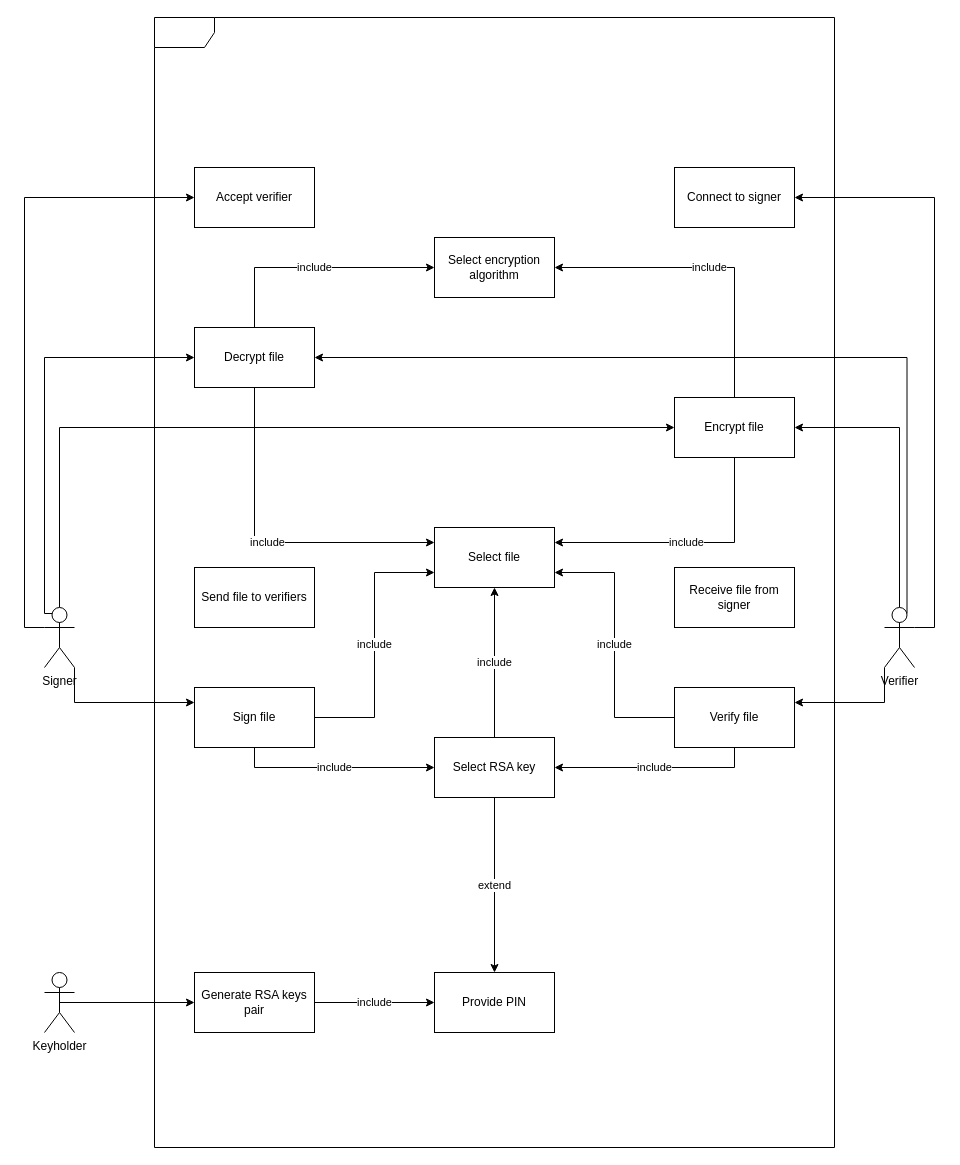
This is Diagrams/Use case diagram.drawio from Sladamos/QualifiedElectronicSignature, a draw.io file, before an edit. Source tidied: cells renumbered, new cells numbered last; positions are measured from the earlier drawing's top-left corner, leaving out a move shared by most shapes. Both pictures are drawn from the tidied source at 100%, with x=0, y=0 at pixel (44, 17).
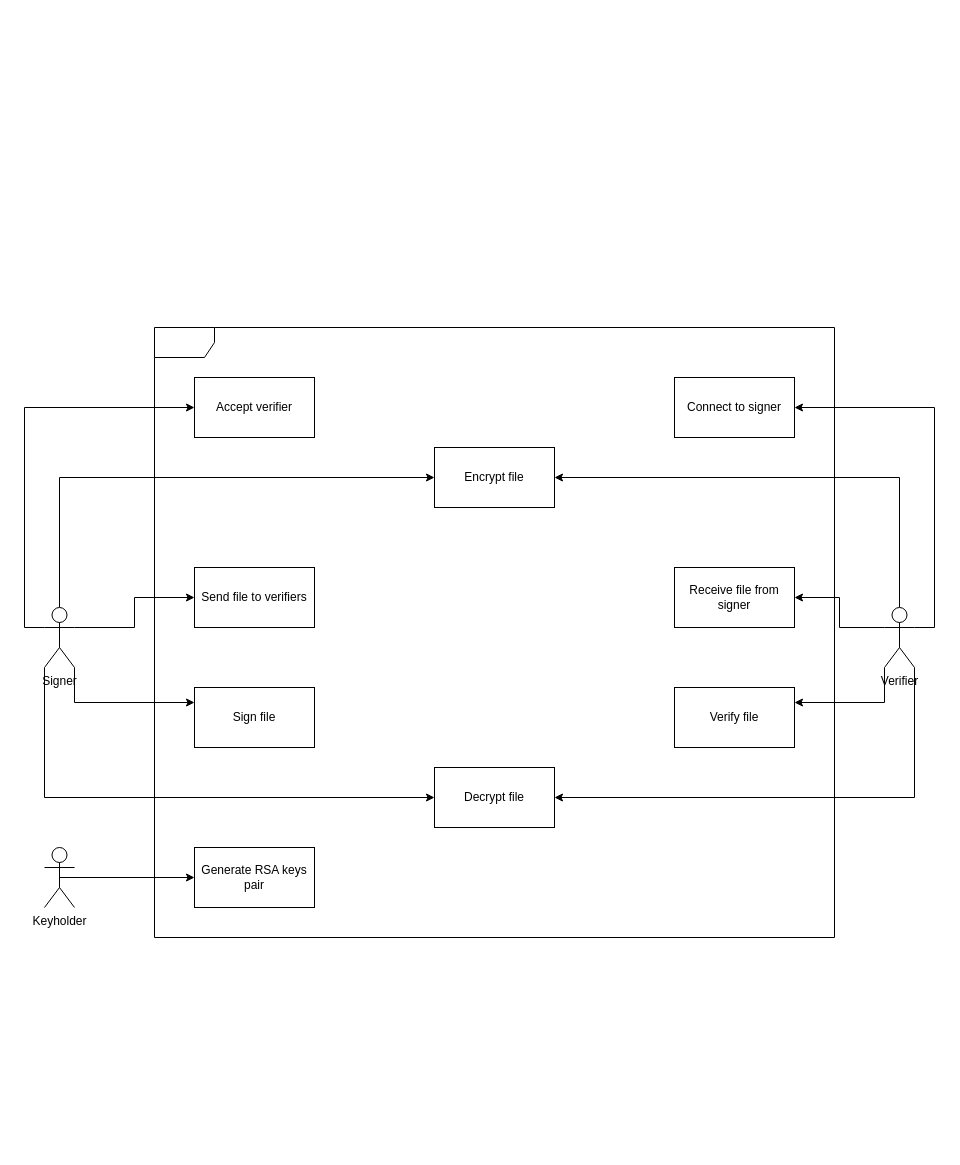
Above is the later version.

Commit message:
Probably final version of use case diagram

Unchanged cells that the change refers to:
```xml
<mxCell id="6" value="Signer" style="shape=umlActor;verticalLabelPosition=bottom;verticalAlign=top;html=1;" parent="1" vertex="1">
  <mxGeometry y="590" width="30" height="60" as="geometry" />
</mxCell>
<mxCell id="14" value="Verifier" style="shape=umlActor;verticalLabelPosition=bottom;verticalAlign=top;html=1;" parent="1" vertex="1">
  <mxGeometry x="840" y="590" width="30" height="60" as="geometry" />
</mxCell>
<mxCell id="19" value="Verify file" style="rounded=0;whiteSpace=wrap;html=1;" parent="1" vertex="1">
  <mxGeometry x="630" y="670" width="120" height="60" as="geometry" />
</mxCell>
<mxCell id="22" value="Sign file" style="rounded=0;whiteSpace=wrap;html=1;" parent="1" vertex="1">
  <mxGeometry x="150" y="670" width="120" height="60" as="geometry" />
</mxCell>
<mxCell id="23" value="Send file to verifiers" style="rounded=0;whiteSpace=wrap;html=1;" parent="1" vertex="1">
  <mxGeometry x="150" y="550" width="120" height="60" as="geometry" />
</mxCell>
<mxCell id="30" value="Receive file from signer" style="rounded=0;whiteSpace=wrap;html=1;" parent="1" vertex="1">
  <mxGeometry x="630" y="550" width="120" height="60" as="geometry" />
</mxCell>
```

Change to the diagram source:
```diff
@@
-    <mxCell id="3" style="edgeStyle=orthogonalEdgeStyle;rounded=0;jettySize=auto;html=1;exitX=0.25;exitY=0.1;exitDx=0;exitDy=0;exitPerimeter=0;entryX=0;entryY=0.5;entryDx=0;entryDy=0;" parent="1" edge="1" source="6" target="29">
+    <mxCell id="3" style="edgeStyle=orthogonalEdgeStyle;rounded=0;jettySize=auto;html=1;exitX=0;exitY=1;exitDx=0;exitDy=0;exitPerimeter=0;entryX=0;entryY=0.5;entryDx=0;entryDy=0;" parent="1" edge="1" source="6" target="29">
       <mxGeometry relative="1" as="geometry">
         <Array as="points">
-          <mxPoint y="596" />
-          <mxPoint y="340" />
+          <mxPoint y="780" />
         </Array>
       </mxGeometry>
     </mxCell>
@@
+    <mxCell id="39" style="edgeStyle=orthogonalEdgeStyle;rounded=0;jettySize=auto;html=1;exitX=1;exitY=0.3333333333333333;exitDx=0;exitDy=0;exitPerimeter=0;entryX=0;entryY=0.5;entryDx=0;entryDy=0;" parent="1" edge="1" source="6" target="23">
+      <mxGeometry relative="1" as="geometry" />
+    </mxCell>
@@
     <mxCell id="7" style="shape=umlFrame;whiteSpace=wrap;html=1;" parent="1" vertex="1">
-      <mxGeometry x="110" width="680" height="1130" as="geometry" />
+      <mxGeometry x="110" y="310" width="680" height="610" as="geometry" />
     </mxCell>
@@
     <mxCell id="9" value="Keyholder" style="shape=umlActor;verticalLabelPosition=bottom;verticalAlign=top;html=1;" parent="1" vertex="1">
-      <mxGeometry y="955" width="30" height="60" as="geometry" />
+      <mxGeometry y="830" width="30" height="60" as="geometry" />
     </mxCell>
@@
-    <mxCell id="11" style="edgeStyle=orthogonalEdgeStyle;rounded=0;jettySize=auto;html=1;exitX=0.75;exitY=0.1;exitDx=0;exitDy=0;exitPerimeter=0;entryX=1;entryY=0.5;entryDx=0;entryDy=0;" parent="1" edge="1" source="14" target="29">
+    <mxCell id="11" style="edgeStyle=orthogonalEdgeStyle;rounded=0;jettySize=auto;html=1;exitX=1;exitY=1;exitDx=0;exitDy=0;exitPerimeter=0;entryX=1;entryY=0.5;entryDx=0;entryDy=0;" parent="1" edge="1" source="14" target="29">
       <mxGeometry relative="1" as="geometry">
         <Array as="points">
-          <mxPoint x="863" y="340" />
+          <mxPoint x="870" y="780" />
         </Array>
       </mxGeometry>
     </mxCell>
@@
+    <mxCell id="40" style="edgeStyle=orthogonalEdgeStyle;rounded=0;jettySize=auto;html=1;exitX=0;exitY=0.3333333333333333;exitDx=0;exitDy=0;exitPerimeter=0;entryX=1;entryY=0.5;entryDx=0;entryDy=0;" parent="1" edge="1" source="14" target="30">
+      <mxGeometry relative="1" as="geometry" />
+    </mxCell>
@@
-    <mxCell id="15" value="include" style="edgeStyle=orthogonalEdgeStyle;rounded=0;jettySize=auto;html=1;exitX=1;exitY=0.5;exitDx=0;exitDy=0;entryX=0;entryY=0.5;entryDx=0;entryDy=0;" parent="1" edge="1" source="16" target="35">
-      <mxGeometry relative="1" as="geometry" />
-    </mxCell>
     <mxCell id="16" value="Generate RSA keys pair" style="rounded=0;whiteSpace=wrap;html=1;" parent="1" vertex="1">
-      <mxGeometry x="150" y="955" width="120" height="60" as="geometry" />
+      <mxGeometry x="150" y="830" width="120" height="60" as="geometry" />
     </mxCell>
-    <mxCell id="17" value="include" style="edgeStyle=orthogonalEdgeStyle;rounded=0;jettySize=auto;html=1;exitX=0;exitY=0.5;exitDx=0;exitDy=0;entryX=1;entryY=0.75;entryDx=0;entryDy=0;" parent="1" edge="1" source="19" target="31">
-      <mxGeometry relative="1" as="geometry" />
-    </mxCell>
-    <mxCell id="18" value="include" style="edgeStyle=orthogonalEdgeStyle;rounded=0;jettySize=auto;html=1;exitX=0.5;exitY=1;exitDx=0;exitDy=0;entryX=1;entryY=0.5;entryDx=0;entryDy=0;" parent="1" edge="1" source="19" target="34">
-      <mxGeometry relative="1" as="geometry" />
-    </mxCell>
@@
-    <mxCell id="20" value="include" style="edgeStyle=orthogonalEdgeStyle;rounded=0;jettySize=auto;html=1;exitX=1;exitY=0.5;exitDx=0;exitDy=0;entryX=0;entryY=0.75;entryDx=0;entryDy=0;" parent="1" edge="1" source="22" target="31">
-      <mxGeometry relative="1" as="geometry" />
-    </mxCell>
-    <mxCell id="21" value="include" style="edgeStyle=orthogonalEdgeStyle;rounded=0;jettySize=auto;html=1;entryX=0;entryY=0.5;entryDx=0;entryDy=0;exitX=0.5;exitY=1;exitDx=0;exitDy=0;" parent="1" edge="1" source="22" target="34">
-      <mxGeometry relative="1" as="geometry" />
-    </mxCell>
@@
-    <mxCell id="24" value="include" style="edgeStyle=orthogonalEdgeStyle;rounded=0;jettySize=auto;html=1;entryX=1;entryY=0.25;entryDx=0;entryDy=0;exitX=0.5;exitY=1;exitDx=0;exitDy=0;" parent="1" edge="1" source="26" target="31">
-      <mxGeometry relative="1" as="geometry" />
-    </mxCell>
-    <mxCell id="25" value="include" style="edgeStyle=orthogonalEdgeStyle;rounded=0;jettySize=auto;html=1;exitX=0.5;exitY=0;exitDx=0;exitDy=0;entryX=1;entryY=0.5;entryDx=0;entryDy=0;" parent="1" edge="1" source="26" target="38">
-      <mxGeometry relative="1" as="geometry" />
-    </mxCell>
     <mxCell id="26" value="Encrypt file" style="rounded=0;whiteSpace=wrap;html=1;" parent="1" vertex="1">
-      <mxGeometry x="630" y="380" width="120" height="60" as="geometry" />
+      <mxGeometry x="390" y="430" width="120" height="60" as="geometry" />
     </mxCell>
-    <mxCell id="27" value="include" style="edgeStyle=orthogonalEdgeStyle;rounded=0;jettySize=auto;html=1;exitX=0.5;exitY=1;exitDx=0;exitDy=0;entryX=0;entryY=0.25;entryDx=0;entryDy=0;" parent="1" edge="1" source="29" target="31">
-      <mxGeometry relative="1" as="geometry" />
-    </mxCell>
-    <mxCell id="28" value="include" style="edgeStyle=orthogonalEdgeStyle;rounded=0;jettySize=auto;html=1;exitX=0.5;exitY=0;exitDx=0;exitDy=0;entryX=0;entryY=0.5;entryDx=0;entryDy=0;" parent="1" edge="1" source="29" target="38">
-      <mxGeometry relative="1" as="geometry" />
-    </mxCell>
     <mxCell id="29" value="Decrypt file" style="rounded=0;whiteSpace=wrap;html=1;" parent="1" vertex="1">
-      <mxGeometry x="150" y="310" width="120" height="60" as="geometry" />
+      <mxGeometry x="390" y="750" width="120" height="60" as="geometry" />
     </mxCell>
@@
-    <mxCell id="31" value="Select file" style="rounded=0;whiteSpace=wrap;html=1;" parent="1" vertex="1">
-      <mxGeometry x="390" y="510" width="120" height="60" as="geometry" />
-    </mxCell>
-    <mxCell id="32" value="extend" style="edgeStyle=orthogonalEdgeStyle;rounded=0;jettySize=auto;html=1;exitX=0.5;exitY=1;exitDx=0;exitDy=0;entryX=0.5;entryY=0;entryDx=0;entryDy=0;" parent="1" edge="1" source="34" target="35">
-      <mxGeometry relative="1" as="geometry" />
-    </mxCell>
-    <mxCell id="33" value="include" style="edgeStyle=orthogonalEdgeStyle;rounded=0;jettySize=auto;html=1;exitX=0.5;exitY=0;exitDx=0;exitDy=0;entryX=0.5;entryY=1;entryDx=0;entryDy=0;" parent="1" edge="1" source="34" target="31">
-      <mxGeometry relative="1" as="geometry" />
-    </mxCell>
-    <mxCell id="34" value="Select RSA key" style="rounded=0;whiteSpace=wrap;html=1;" parent="1" vertex="1">
-      <mxGeometry x="390" y="720" width="120" height="60" as="geometry" />
-    </mxCell>
-    <mxCell id="35" value="Provide PIN" style="rounded=0;whiteSpace=wrap;html=1;" parent="1" vertex="1">
-      <mxGeometry x="390" y="955" width="120" height="60" as="geometry" />
-    </mxCell>
     <mxCell id="36" value="Accept verifier" style="rounded=0;whiteSpace=wrap;html=1;" parent="1" vertex="1">
-      <mxGeometry x="150" y="150" width="120" height="60" as="geometry" />
+      <mxGeometry x="150" y="360" width="120" height="60" as="geometry" />
     </mxCell>
     <mxCell id="37" value="Connect to signer" style="rounded=0;whiteSpace=wrap;html=1;" parent="1" vertex="1">
-      <mxGeometry x="630" y="150" width="120" height="60" as="geometry" />
+      <mxGeometry x="630" y="360" width="120" height="60" as="geometry" />
     </mxCell>
-    <mxCell id="38" value="Select encryption algorithm" style="rounded=0;whiteSpace=wrap;html=1;" parent="1" vertex="1">
-      <mxGeometry x="390" y="220" width="120" height="60" as="geometry" />
-    </mxCell>
```
